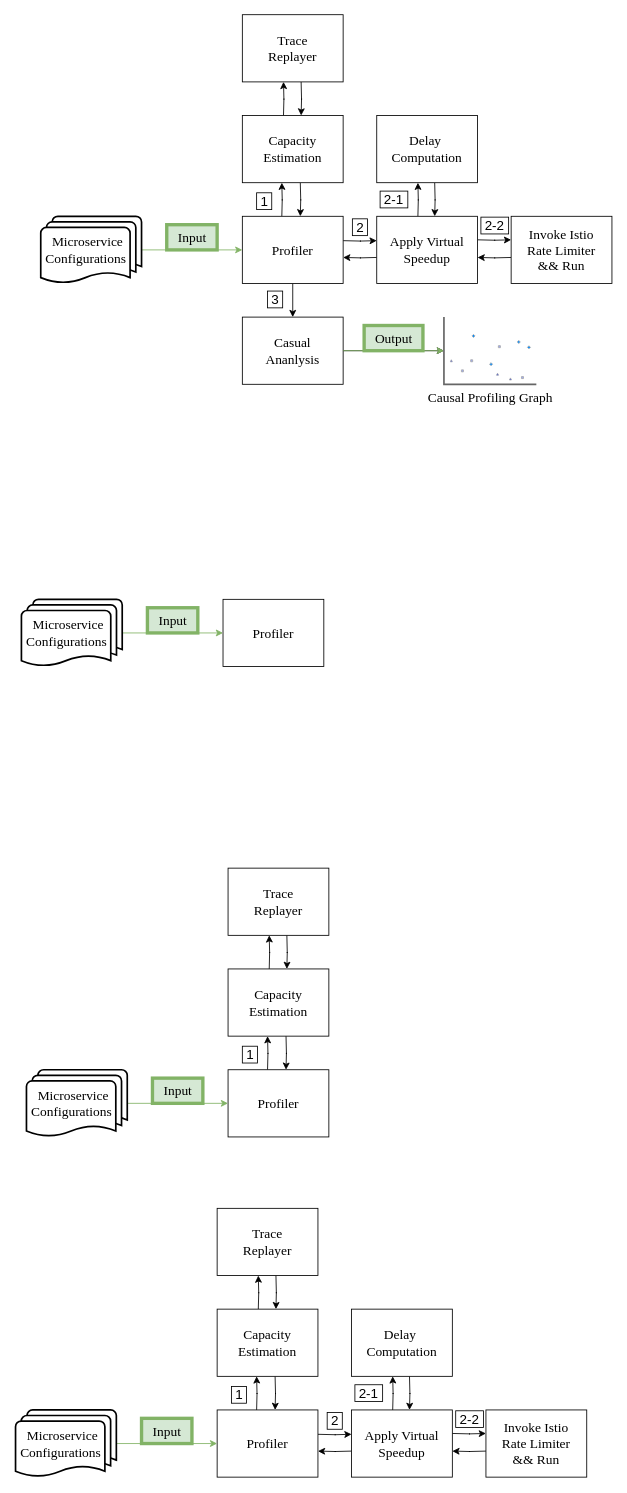
yizhengx/draw.io keeps this draw.io diagram as system.drawio. Above is the earlier version. Source tidied: cells renumbered, new cells numbered last; positions are measured from the earlier drawing's top-left corner, leaving out a move shared by most shapes. Both pictures are drawn from the tidied source at 84%, with x=0, y=0 at pixel (15, 14).
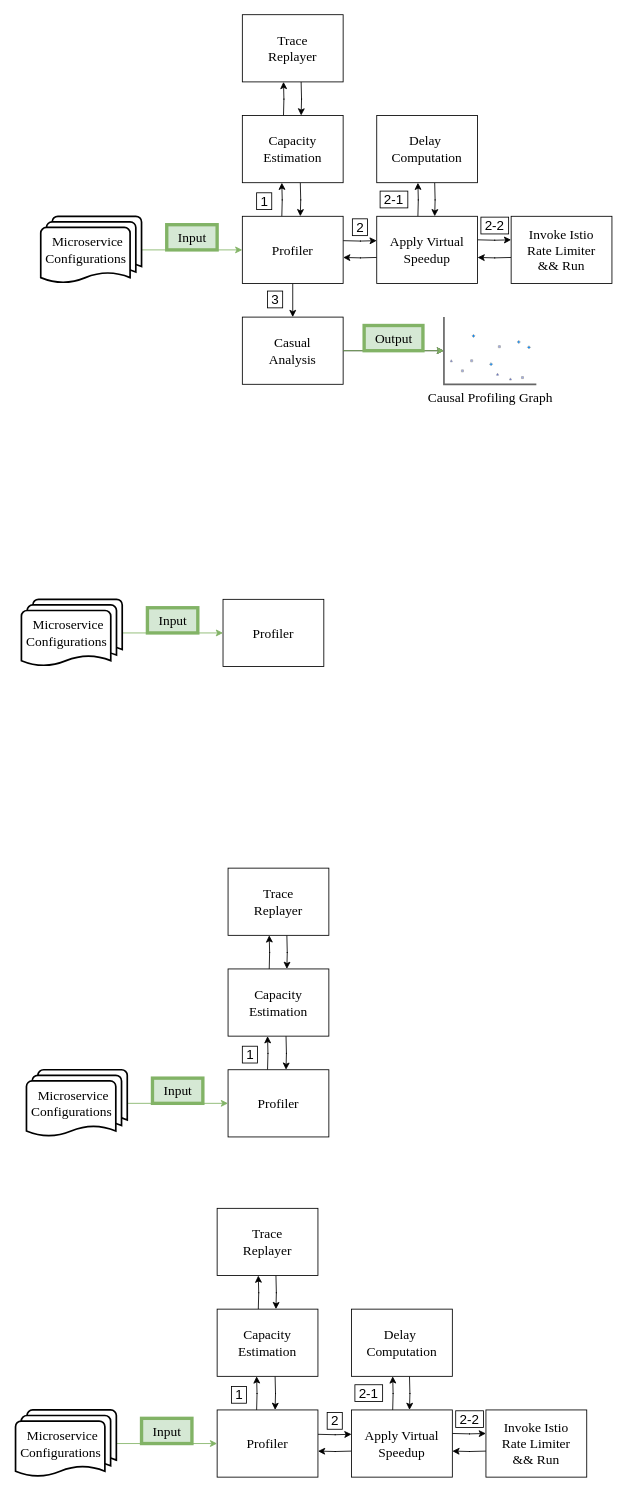
Above is the later version.

Change to the diagram source:
```diff
@@
-    <mxCell id="18" value="&lt;font style=&quot;font-size: 16px;&quot;&gt;Casual&lt;br&gt;Ananlysis&lt;br&gt;&lt;/font&gt;" style="whiteSpace=wrap;html=1;fillColor=default;fontFamily=Times New Roman;" parent="1" vertex="1">
+    <mxCell id="18" value="&lt;font style=&quot;font-size: 16px;&quot;&gt;Casual&lt;br&gt;Analysis&lt;br&gt;&lt;/font&gt;" style="whiteSpace=wrap;html=1;fillColor=default;fontFamily=Times New Roman;" parent="1" vertex="1">
       <mxGeometry x="270" y="360" width="120" height="80" as="geometry" />
     </mxCell>
```
